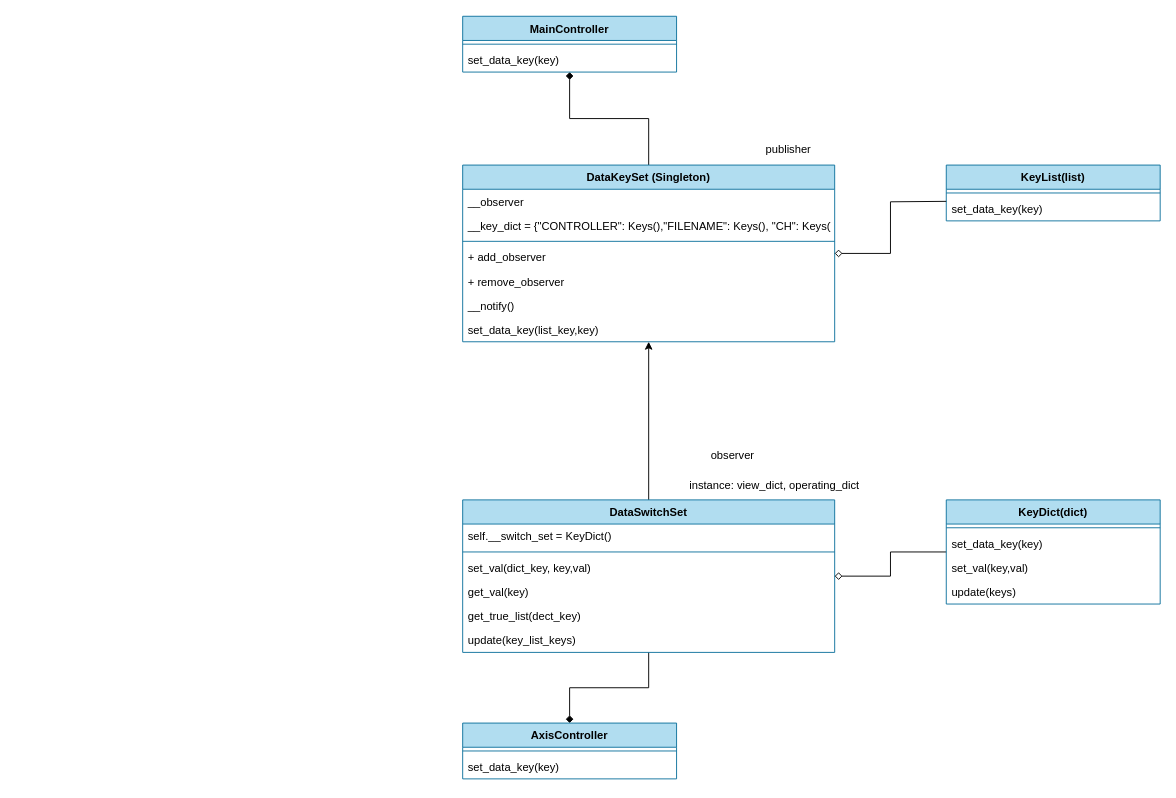
Above: page "data_keys" (4 of 11) of SCANDATA/UML_SCANDATA.drawio in lunelukkio/SCANDATA (draw.io), before the change. Source tidied: cells renumbered, new cells numbered last; positions are measured from the earlier drawing's top-left corner, leaving out a move shared by most shapes. Both pictures are drawn from the tidied source at 93%, with x=0, y=0 at pixel (462, 16).
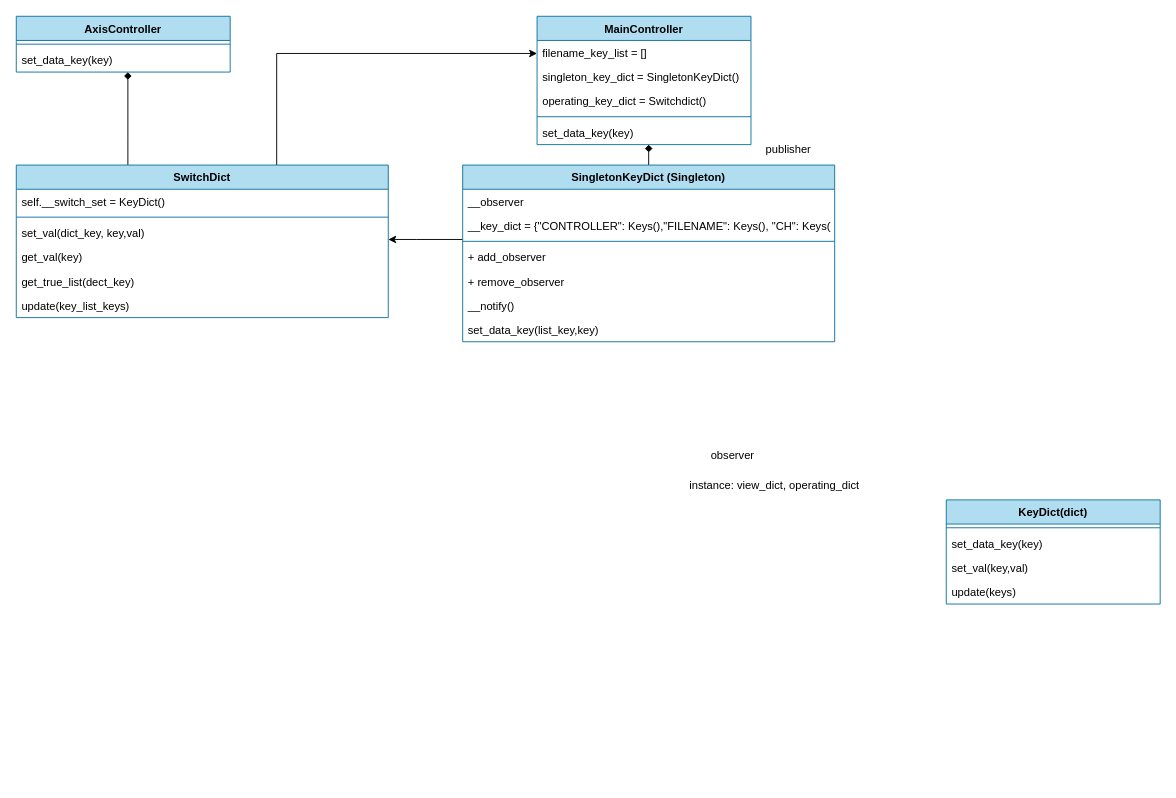
After the change.

Unchanged cells that the change refers to:
```xml
<mxCell id="28" value="KeyDict(dict)" style="swimlane;fontStyle=1;align=center;verticalAlign=top;horizontal=1;startSize=26;fillColor=#b1ddf0;strokeColor=#10739e;" parent="1" vertex="1">
  <mxGeometry x="520" y="520" width="230" height="112" as="geometry" />
</mxCell>
```

Change to the diagram source:
```diff
@@
-    <mxCell id="2" style="edgeStyle=orthogonalEdgeStyle;rounded=0;jettySize=auto;html=1;exitX=0.5;exitY=0;exitDx=0;exitDy=0;endArrow=diamond;endFill=1;" parent="1" edge="1" source="3" target="33">
-      <mxGeometry relative="1" as="geometry" />
+    <mxCell id="2" style="edgeStyle=orthogonalEdgeStyle;rounded=0;jettySize=auto;html=1;endArrow=diamond;endFill=1;" parent="1" edge="1" source="3" target="33">
+      <mxGeometry relative="1" as="geometry">
+        <Array as="points">
+          <mxPoint x="200" y="130" />
+          <mxPoint x="200" y="130" />
+        </Array>
+      </mxGeometry>
     </mxCell>
+    <mxCell id="39" style="edgeStyle=orthogonalEdgeStyle;rounded=0;jettySize=auto;html=1;" parent="1" edge="1" source="3" target="13">
+      <mxGeometry relative="1" as="geometry">
+        <Array as="points">
+          <mxPoint x="-50" y="240" />
+          <mxPoint x="-50" y="240" />
+        </Array>
+      </mxGeometry>
+    </mxCell>
-    <mxCell id="3" value="DataKeySet (Singleton)" style="swimlane;fontStyle=1;align=center;verticalAlign=top;horizontal=1;startSize=26;fillColor=#b1ddf0;strokeColor=#10739e;" parent="1" vertex="1">
+    <mxCell id="3" value="SingletonKeyDict (Singleton)" style="swimlane;fontStyle=1;align=center;verticalAlign=top;horizontal=1;startSize=26;fillColor=#b1ddf0;strokeColor=#10739e;" parent="1" vertex="1">
       <mxGeometry y="160" width="400" height="190" as="geometry" />
     </mxCell>
@@
-    <mxCell id="11" style="edgeStyle=orthogonalEdgeStyle;rounded=0;jettySize=auto;html=1;exitX=0.5;exitY=0;exitDx=0;exitDy=0;" parent="1" edge="1" source="13" target="3">
-      <mxGeometry relative="1" as="geometry" />
+    <mxCell id="11" style="edgeStyle=orthogonalEdgeStyle;rounded=0;jettySize=auto;html=1;" parent="1" edge="1" source="13" target="33">
+      <mxGeometry relative="1" as="geometry">
+        <Array as="points">
+          <mxPoint x="-200" y="40" />
+        </Array>
+      </mxGeometry>
     </mxCell>
     <mxCell id="12" style="edgeStyle=orthogonalEdgeStyle;rounded=0;jettySize=auto;html=1;endArrow=diamond;endFill=1;" parent="1" edge="1" source="13" target="36">
-      <mxGeometry relative="1" as="geometry" />
+      <mxGeometry relative="1" as="geometry">
+        <Array as="points">
+          <mxPoint x="-360" y="130" />
+          <mxPoint x="-360" y="130" />
+        </Array>
+      </mxGeometry>
     </mxCell>
-    <mxCell id="13" value="DataSwitchSet" style="swimlane;fontStyle=1;align=center;verticalAlign=top;horizontal=1;startSize=26;fillColor=#b1ddf0;strokeColor=#10739e;" parent="1" vertex="1">
-      <mxGeometry y="520" width="400" height="164" as="geometry" />
+    <mxCell id="13" value="SwitchDict" style="swimlane;fontStyle=1;align=center;verticalAlign=top;horizontal=1;startSize=26;fillColor=#b1ddf0;strokeColor=#10739e;" parent="1" vertex="1">
+      <mxGeometry x="-480" y="160" width="400" height="164" as="geometry" />
     </mxCell>
@@
-    <mxCell id="21" value="KeyList(list)" style="swimlane;fontStyle=1;align=center;verticalAlign=top;horizontal=1;startSize=26;fillColor=#b1ddf0;strokeColor=#10739e;" parent="1" vertex="1">
-      <mxGeometry x="520" y="160" width="230" height="60" as="geometry" />
-    </mxCell>
-    <mxCell id="22" style="line;strokeWidth=1;fillColor=none;align=left;verticalAlign=middle;spacingTop=-1;spacingLeft=3;spacingRight=3;labelPosition=right;strokeColor=inherit;" parent="21" vertex="1">
-      <mxGeometry y="26" width="230" height="8" as="geometry" />
-    </mxCell>
-    <mxCell id="23" value="set_data_key(key)" style="text;strokeColor=none;fillColor=none;align=left;verticalAlign=top;spacingLeft=4;spacingRight=4;overflow=hidden;" parent="21" vertex="1">
-      <mxGeometry y="34" width="230" height="26" as="geometry" />
-    </mxCell>
-    <mxCell id="24" style="edgeStyle=orthogonalEdgeStyle;rounded=0;jettySize=auto;html=1;exitX=0;exitY=0.5;exitDx=0;exitDy=0;endArrow=diamond;endFill=0;" parent="1" edge="1" target="3">
-      <mxGeometry relative="1" as="geometry">
-        <mxPoint x="520" y="199" as="sourcePoint" />
-      </mxGeometry>
-    </mxCell>
@@
-    <mxCell id="27" style="edgeStyle=orthogonalEdgeStyle;rounded=0;jettySize=auto;html=1;endArrow=diamond;endFill=0;" parent="1" edge="1" source="28" target="13">
-      <mxGeometry relative="1" as="geometry" />
-    </mxCell>
@@
     <mxCell id="33" value="MainController" style="swimlane;fontStyle=1;align=center;verticalAlign=top;horizontal=1;startSize=26;fillColor=#b1ddf0;strokeColor=#10739e;" parent="1" vertex="1">
-      <mxGeometry width="230" height="60" as="geometry" />
+      <mxGeometry x="80" width="230" height="138" as="geometry" />
     </mxCell>
+    <mxCell id="40" value="filename_key_list = []" style="text;strokeColor=none;fillColor=none;align=left;verticalAlign=top;spacingLeft=4;spacingRight=4;overflow=hidden;" parent="33" vertex="1">
+      <mxGeometry y="26" width="230" height="26" as="geometry" />
+    </mxCell>
+    <mxCell id="41" value="singleton_key_dict = SingletonKeyDict()" style="text;strokeColor=none;fillColor=none;align=left;verticalAlign=top;spacingLeft=4;spacingRight=4;overflow=hidden;" parent="33" vertex="1">
+      <mxGeometry y="52" width="230" height="26" as="geometry" />
+    </mxCell>
+    <mxCell id="42" value="operating_key_dict = Switchdict()" style="text;strokeColor=none;fillColor=none;align=left;verticalAlign=top;spacingLeft=4;spacingRight=4;overflow=hidden;" parent="33" vertex="1">
+      <mxGeometry y="78" width="230" height="26" as="geometry" />
+    </mxCell>
     <mxCell id="34" style="line;strokeWidth=1;fillColor=none;align=left;verticalAlign=middle;spacingTop=-1;spacingLeft=3;spacingRight=3;labelPosition=right;strokeColor=inherit;" parent="33" vertex="1">
-      <mxGeometry y="26" width="230" height="8" as="geometry" />
+      <mxGeometry y="104" width="230" height="8" as="geometry" />
     </mxCell>
     <mxCell id="35" value="set_data_key(key)" style="text;strokeColor=none;fillColor=none;align=left;verticalAlign=top;spacingLeft=4;spacingRight=4;overflow=hidden;" parent="33" vertex="1">
-      <mxGeometry y="34" width="230" height="26" as="geometry" />
+      <mxGeometry y="112" width="230" height="26" as="geometry" />
     </mxCell>
     <mxCell id="36" value="AxisController" style="swimlane;fontStyle=1;align=center;verticalAlign=top;horizontal=1;startSize=26;fillColor=#b1ddf0;strokeColor=#10739e;" parent="1" vertex="1">
-      <mxGeometry y="760" width="230" height="60" as="geometry" />
+      <mxGeometry x="-480" width="230" height="60" as="geometry" />
     </mxCell>
```
